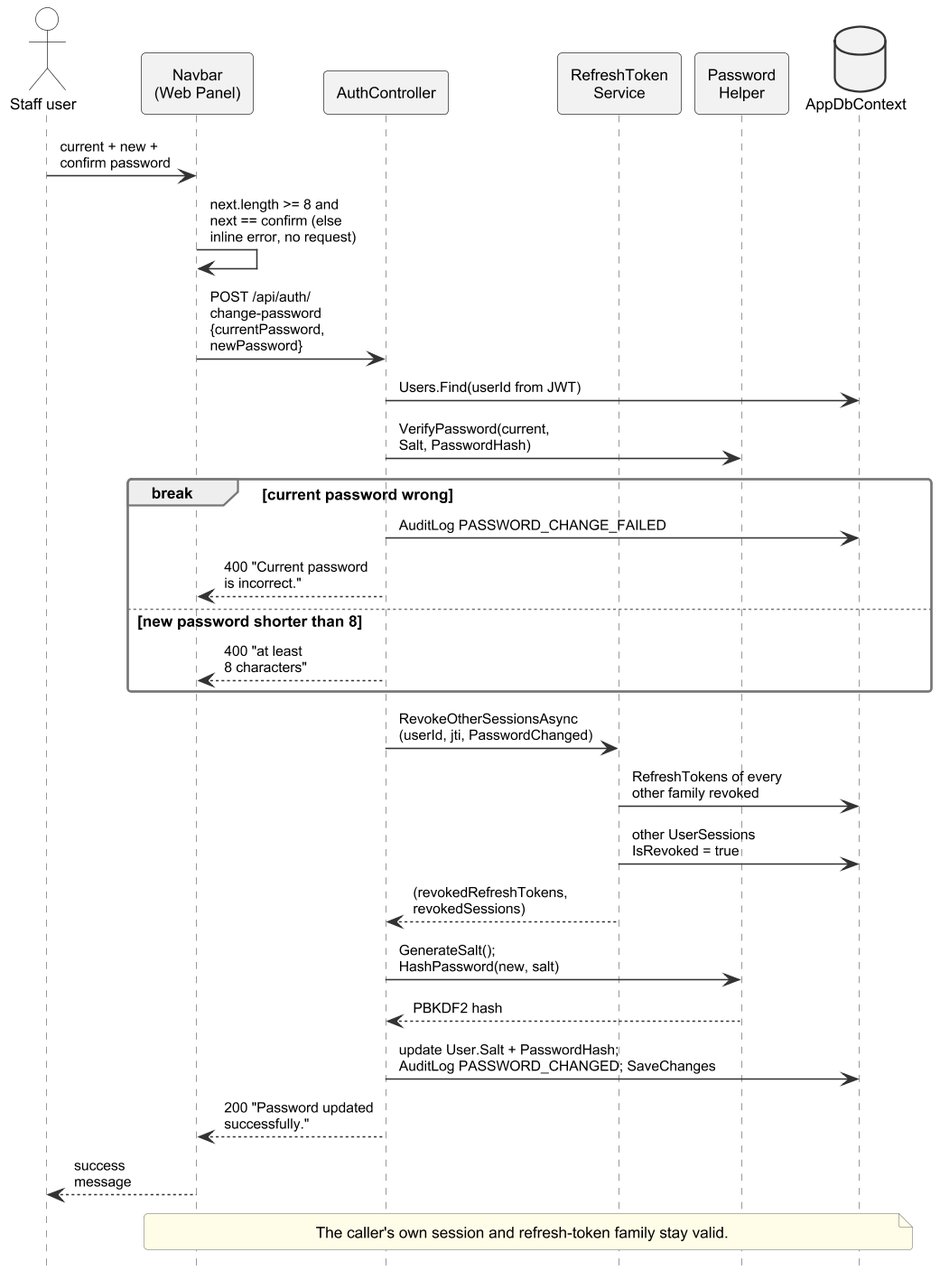
The PlantUML diagram important docs/fyp_doc_3chatp/Figures/seq_change_password.png in Haiderali27-hub/AI-Lab-Monitoring-, before a commit.
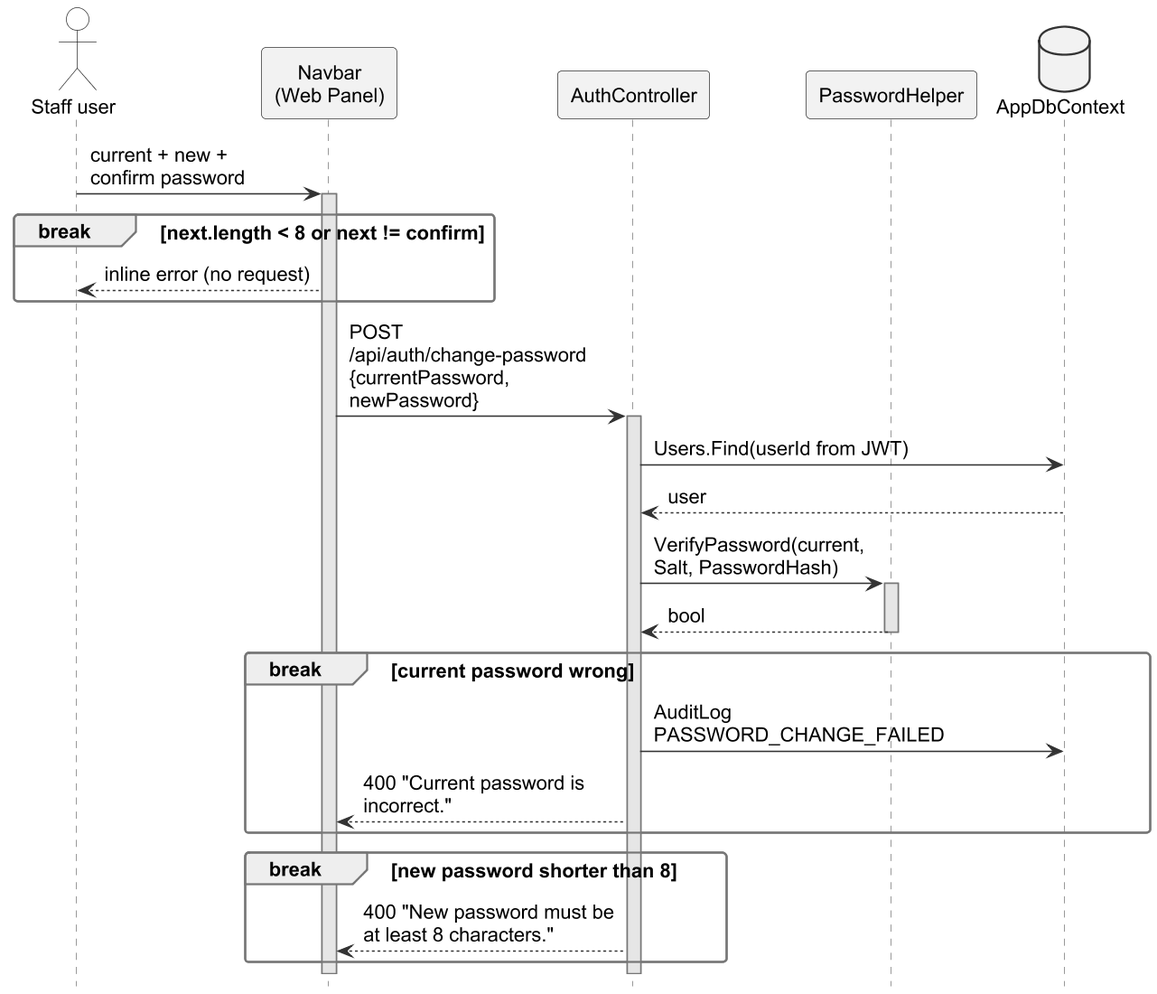
The same file after the commit.

What changed in the source:
```diff
@@ -1,38 +1,42 @@
 @startuml
 !include style.iuml
+skinparam defaultFontSize 14
+skinparam ArrowFontSize 14
+skinparam maxMessageSize 200
 hide footbox
-skinparam ParticipantPadding 0
+hide unlinked
+skinparam ParticipantPadding 2
 skinparam BoxPadding 0
 skinparam sequence {
   MessageAlign left
+  LifeLineBackgroundColor #E6E6E6
 }
 
 actor "Staff user" as U
 participant "Navbar\n(Web Panel)" as UI
 participant "AuthController" as AC
 participant "RefreshToken\nService" as RT
-participant "Password\nHelper" as PH
+participant "PasswordHelper" as PH
 database "AppDbContext" as DB
 
 U -> UI : current + new +\nconfirm password
-UI -> UI : next.length >= 8 and\nnext == confirm (else\ninline error, no request)
-UI -> AC : POST /api/auth/\nchange-password\n{currentPassword,\nnewPassword}
+activate UI
+break next.length < 8 or next != confirm
+  UI --> U : inline error (no request)
+end
+UI -> AC : POST /api/auth/change-password\n{currentPassword, newPassword}
+activate AC
 AC -> DB : Users.Find(userId from JWT)
+DB --> AC : user
 AC -> PH : VerifyPassword(current,\nSalt, PasswordHash)
+activate PH
+PH --> AC : bool
+deactivate PH
 break current password wrong
   AC -> DB : AuditLog PASSWORD_CHANGE_FAILED
-  AC --> UI : 400 "Current password\nis incorrect."
-else new password shorter than 8
-  AC --> UI : 400 "at least\n8 characters"
+  AC --> UI : 400 "Current password is incorrect."
 end
-AC -> RT : RevokeOtherSessionsAsync\n(userId, jti, PasswordChanged)
-RT -> DB : RefreshTokens of every\nother family revoked
-RT -> DB : other UserSessions\nIsRevoked = true
-RT --> AC : (revokedRefreshTokens,\nrevokedSessions)
-AC -> PH : GenerateSalt();\nHashPassword(new, salt)
-PH --> AC : PBKDF2 hash
-AC -> DB : update User.Salt + PasswordHash;\nAuditLog PASSWORD_CHANGED; SaveChanges
-AC --> UI : 200 "Password updated\nsuccessfully."
-UI --> U : success\nmessage
-note over UI, DB : The caller's own session and refresh-token family stay valid.
+break new password shorter than 8
+  AC --> UI : 400 "New password must be\nat least 8 characters."
+end
 @enduml
```
